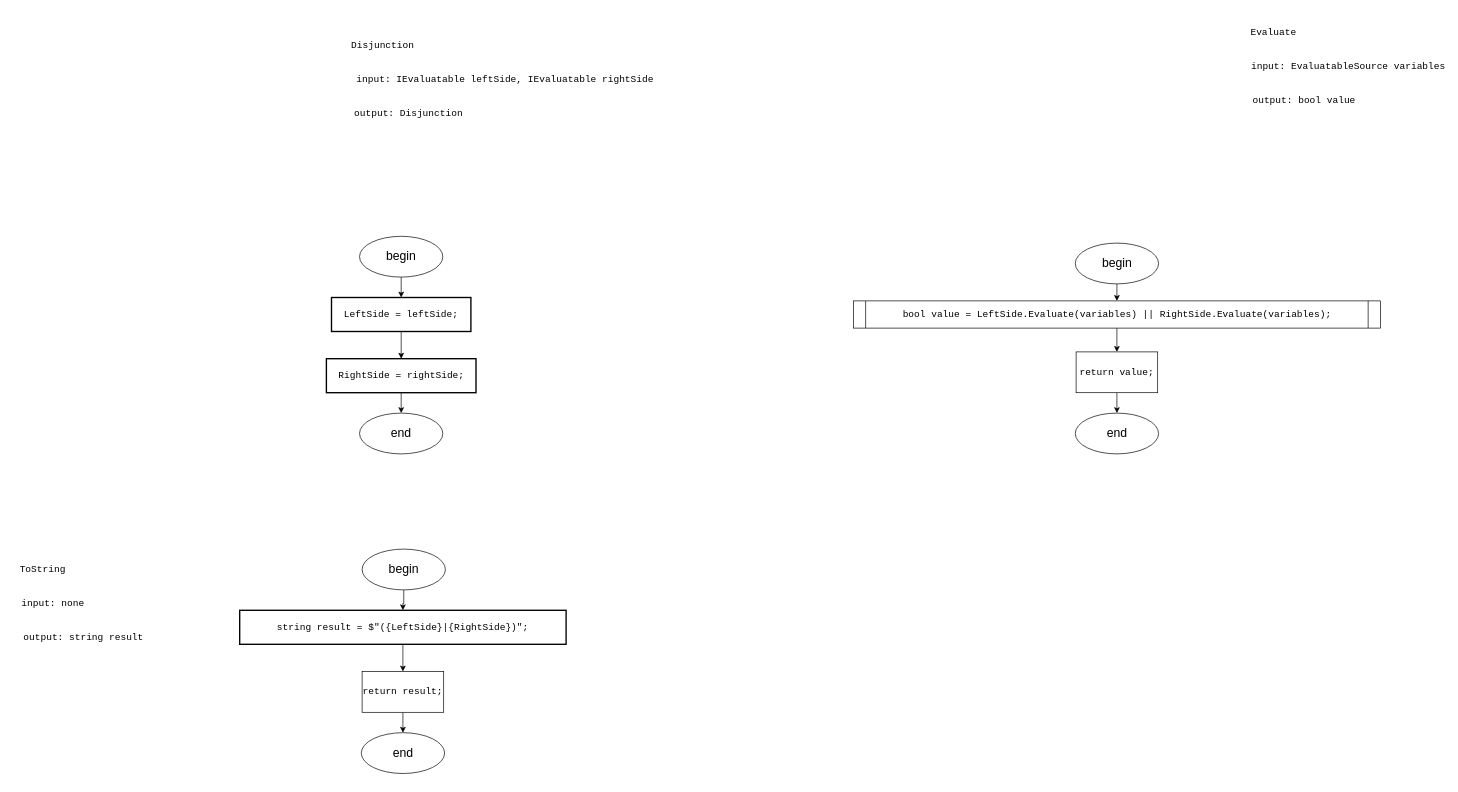
slavikovics/FictionalVariables keeps this draw.io diagram as Diagrams/disjunction.drawio. Above is the earlier version. Source tidied: cells renumbered, new cells numbered last; positions are measured from the earlier drawing's top-left corner, leaving out a move shared by most shapes. Both pictures are drawn from the tidied source at 68%, with x=0, y=0 at pixel (12, 12).
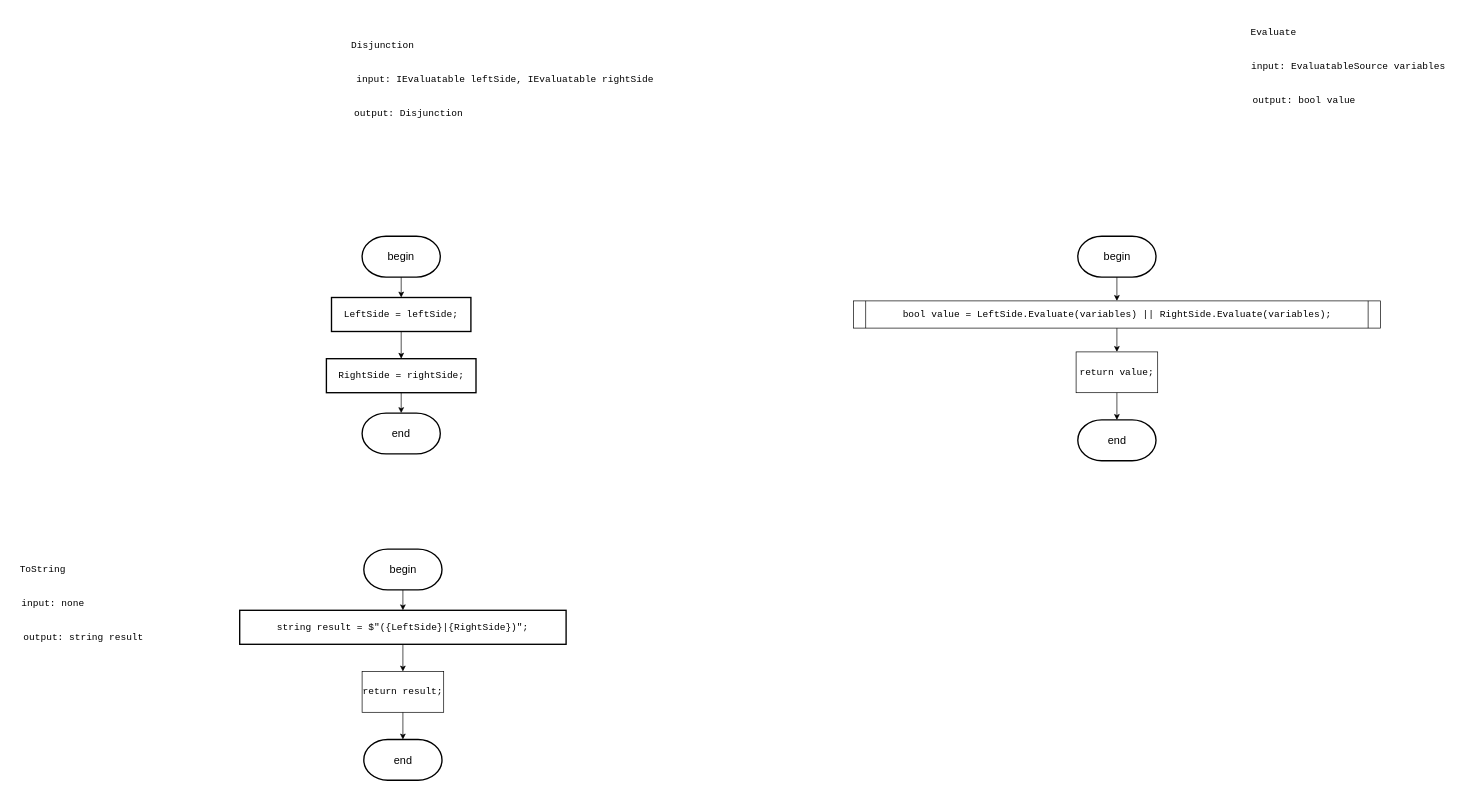
The same diagram, later.

The change refers to these unchanged cells:
```xml
<mxCell id="4" value="&lt;div style=&quot;&quot;&gt;&lt;pre style=&quot;font-family: &amp;quot;JetBrains Mono&amp;quot;, monospace;&quot;&gt;LeftSide = &lt;span style=&quot;&quot;&gt;leftSide&lt;/span&gt;;&lt;/pre&gt;&lt;/div&gt;" style="rounded=0;whiteSpace=wrap;html=1;absoluteArcSize=1;arcSize=14;strokeWidth=2;labelBackgroundColor=none;fontSize=14;fontColor=#000000;" parent="1" vertex="1">
  <mxGeometry x="470" y="420" width="205" height="50" as="geometry" />
</mxCell>
<mxCell id="6" value="&lt;div style=&quot;&quot;&gt;&lt;pre style=&quot;font-family: &amp;quot;JetBrains Mono&amp;quot;, monospace;&quot;&gt;&lt;div&gt;&lt;pre style=&quot;font-family: &amp;quot;JetBrains Mono&amp;quot;, monospace;&quot;&gt;RightSide = &lt;span style=&quot;&quot;&gt;rightSide&lt;/span&gt;;&lt;/pre&gt;&lt;/div&gt;&lt;/pre&gt;&lt;/div&gt;" style="rounded=0;whiteSpace=wrap;html=1;absoluteArcSize=1;arcSize=14;strokeWidth=2;labelBackgroundColor=none;fontSize=14;fontColor=#000000;" parent="1" vertex="1">
  <mxGeometry x="462.5" y="510" width="220" height="50" as="geometry" />
</mxCell>
<mxCell id="14" value="&lt;div style=&quot;&quot;&gt;&lt;pre style=&quot;font-family: &amp;quot;JetBrains Mono&amp;quot;, monospace;&quot;&gt;&lt;pre style=&quot;font-family: &amp;quot;JetBrains Mono&amp;quot;, monospace;&quot;&gt;&lt;pre style=&quot;font-family: &amp;quot;JetBrains Mono&amp;quot;, monospace;&quot;&gt;&lt;div&gt;&lt;pre style=&quot;font-family: &amp;quot;JetBrains Mono&amp;quot;, monospace;&quot;&gt;&lt;span style=&quot;&quot;&gt;string &lt;/span&gt;result = &lt;span style=&quot;&quot;&gt;$&quot;(&lt;/span&gt;{LeftSide}&lt;span style=&quot;&quot;&gt;|&lt;/span&gt;{RightSide}&lt;span style=&quot;&quot;&gt;)&quot;&lt;/span&gt;;&lt;/pre&gt;&lt;/div&gt;&lt;/pre&gt;&lt;/pre&gt;&lt;/pre&gt;&lt;/div&gt;" style="rounded=0;whiteSpace=wrap;html=1;absoluteArcSize=1;arcSize=14;strokeWidth=2;labelBackgroundColor=none;fontSize=14;fontColor=#000000;" parent="1" vertex="1">
  <mxGeometry x="335" y="880" width="480" height="50" as="geometry" />
</mxCell>
<mxCell id="18" value="&lt;pre style=&quot;font-family: &amp;quot;JetBrains Mono&amp;quot;, monospace;&quot;&gt;&lt;span style=&quot;&quot;&gt;bool &lt;/span&gt;&lt;span style=&quot;&quot;&gt;value &lt;/span&gt;= LeftSide.&lt;span style=&quot;&quot;&gt;Evaluate&lt;/span&gt;(&lt;span style=&quot;&quot;&gt;variables&lt;/span&gt;) || RightSide.&lt;span style=&quot;&quot;&gt;Evaluate&lt;/span&gt;(&lt;span style=&quot;&quot;&gt;variables&lt;/span&gt;);&lt;/pre&gt;" style="shape=process;whiteSpace=wrap;html=1;backgroundOutline=1;size=0.022988505747126436;labelBackgroundColor=none;fontSize=14;fontColor=#000000;" parent="1" vertex="1">
  <mxGeometry x="1237.5" y="425" width="775" height="40" as="geometry" />
</mxCell>
<mxCell id="20" value="&lt;div style=&quot;&quot;&gt;&lt;pre style=&quot;font-family: &amp;quot;JetBrains Mono&amp;quot;, monospace;&quot;&gt;&lt;span style=&quot;&quot;&gt;return &lt;/span&gt;&lt;span style=&quot;&quot;&gt;result&lt;/span&gt;;&lt;/pre&gt;&lt;/div&gt;" style="rounded=0;whiteSpace=wrap;html=1;labelBackgroundColor=none;fontSize=14;fontColor=#000000;" parent="1" vertex="1">
  <mxGeometry x="515" y="970" width="120" height="60" as="geometry" />
</mxCell>
<mxCell id="22" value="&lt;div style=&quot;&quot;&gt;&lt;pre style=&quot;font-family: &amp;quot;JetBrains Mono&amp;quot;, monospace;&quot;&gt;&lt;span style=&quot;&quot;&gt;return &lt;/span&gt;&lt;span style=&quot;&quot;&gt;value&lt;/span&gt;;&lt;/pre&gt;&lt;/div&gt;" style="rounded=0;whiteSpace=wrap;html=1;labelBackgroundColor=none;fontSize=14;fontColor=#000000;" parent="1" vertex="1">
  <mxGeometry x="1565" y="500" width="120" height="60" as="geometry" />
</mxCell>
```

Diff of the diagram source:
```diff
@@
-    <mxCell id="5" style="edgeStyle=orthogonalEdgeStyle;rounded=0;jettySize=auto;html=1;exitX=0.5;exitY=1;exitDx=0;exitDy=0;entryX=0.5;entryY=0;entryDx=0;entryDy=0;" parent="1" edge="1" source="6" target="29">
-      <mxGeometry relative="1" as="geometry" />
-    </mxCell>
@@
-    <mxCell id="19" style="edgeStyle=orthogonalEdgeStyle;rounded=0;jettySize=auto;html=1;exitX=0.5;exitY=1;exitDx=0;exitDy=0;entryX=0.5;entryY=0;entryDx=0;entryDy=0;" parent="1" edge="1" source="20" target="31">
-      <mxGeometry relative="1" as="geometry" />
-    </mxCell>
@@
-    <mxCell id="21" style="edgeStyle=orthogonalEdgeStyle;rounded=0;jettySize=auto;html=1;exitX=0.5;exitY=1;exitDx=0;exitDy=0;entryX=0.5;entryY=0;entryDx=0;entryDy=0;" parent="1" edge="1" source="22" target="30">
-      <mxGeometry relative="1" as="geometry" />
-    </mxCell>
@@
-    <mxCell id="23" style="edgeStyle=orthogonalEdgeStyle;rounded=0;jettySize=auto;html=1;exitX=0.5;exitY=1;exitDx=0;exitDy=0;entryX=0.5;entryY=0;entryDx=0;entryDy=0;" parent="1" edge="1" source="24" target="4">
-      <mxGeometry relative="1" as="geometry" />
-    </mxCell>
-    <mxCell id="24" value="&lt;font style=&quot;font-size: 18px;&quot;&gt;begin&lt;/font&gt;" style="ellipse;whiteSpace=wrap;html=1;" parent="1" vertex="1">
-      <mxGeometry x="511.2" y="330" width="122.5" height="60" as="geometry" />
-    </mxCell>
-    <mxCell id="25" style="edgeStyle=orthogonalEdgeStyle;rounded=0;jettySize=auto;html=1;exitX=0.5;exitY=1;exitDx=0;exitDy=0;" parent="1" edge="1" source="26" target="14">
-      <mxGeometry relative="1" as="geometry" />
-    </mxCell>
-    <mxCell id="26" value="&lt;font style=&quot;font-size: 18px;&quot;&gt;begin&lt;/font&gt;" style="ellipse;whiteSpace=wrap;html=1;" parent="1" vertex="1">
-      <mxGeometry x="515" y="790" width="122.5" height="60" as="geometry" />
-    </mxCell>
-    <mxCell id="27" style="edgeStyle=orthogonalEdgeStyle;rounded=0;jettySize=auto;html=1;exitX=0.5;exitY=1;exitDx=0;exitDy=0;entryX=0.5;entryY=0;entryDx=0;entryDy=0;" parent="1" edge="1" source="28" target="18">
-      <mxGeometry relative="1" as="geometry" />
-    </mxCell>
-    <mxCell id="28" value="&lt;font style=&quot;font-size: 18px;&quot;&gt;begin&lt;/font&gt;" style="ellipse;whiteSpace=wrap;html=1;" parent="1" vertex="1">
-      <mxGeometry x="1563.8" y="340" width="122.5" height="60" as="geometry" />
-    </mxCell>
-    <mxCell id="29" value="&lt;font style=&quot;font-size: 18px;&quot;&gt;end&lt;/font&gt;" style="ellipse;whiteSpace=wrap;html=1;" parent="1" vertex="1">
-      <mxGeometry x="511.2" y="590" width="122.5" height="60" as="geometry" />
-    </mxCell>
-    <mxCell id="30" value="&lt;font style=&quot;font-size: 18px;&quot;&gt;end&lt;/font&gt;" style="ellipse;whiteSpace=wrap;html=1;" parent="1" vertex="1">
-      <mxGeometry x="1563.8" y="590" width="122.5" height="60" as="geometry" />
-    </mxCell>
-    <mxCell id="31" value="&lt;font style=&quot;font-size: 18px;&quot;&gt;end&lt;/font&gt;" style="ellipse;whiteSpace=wrap;html=1;" parent="1" vertex="1">
-      <mxGeometry x="513.8" y="1060" width="122.5" height="60" as="geometry" />
-    </mxCell>
+    <mxCell id="32" style="edgeStyle=orthogonalEdgeStyle;rounded=0;jettySize=auto;html=1;exitX=0.5;exitY=1;exitDx=0;exitDy=0;exitPerimeter=0;entryX=0.5;entryY=0;entryDx=0;entryDy=0;" parent="1" edge="1" source="33" target="4">
+      <mxGeometry relative="1" as="geometry" />
+    </mxCell>
+    <mxCell id="33" value="&lt;font style=&quot;font-size: 16px;&quot;&gt;begin&lt;/font&gt;" style="strokeWidth=2;html=1;shape=mxgraph.flowchart.terminator;whiteSpace=wrap;" parent="1" vertex="1">
+      <mxGeometry x="515" y="330" width="115" height="60" as="geometry" />
+    </mxCell>
+    <mxCell id="34" value="&lt;font style=&quot;font-size: 16px;&quot;&gt;end&lt;/font&gt;" style="strokeWidth=2;html=1;shape=mxgraph.flowchart.terminator;whiteSpace=wrap;" parent="1" vertex="1">
+      <mxGeometry x="515" y="590" width="115" height="60" as="geometry" />
+    </mxCell>
+    <mxCell id="35" style="edgeStyle=orthogonalEdgeStyle;rounded=0;jettySize=auto;html=1;exitX=0.5;exitY=1;exitDx=0;exitDy=0;entryX=0.5;entryY=0;entryDx=0;entryDy=0;entryPerimeter=0;" parent="1" edge="1" source="6" target="34">
+      <mxGeometry relative="1" as="geometry" />
+    </mxCell>
+    <mxCell id="36" style="edgeStyle=orthogonalEdgeStyle;rounded=0;jettySize=auto;html=1;exitX=0.5;exitY=1;exitDx=0;exitDy=0;exitPerimeter=0;entryX=0.5;entryY=0;entryDx=0;entryDy=0;" parent="1" edge="1" source="37" target="14">
+      <mxGeometry relative="1" as="geometry" />
+    </mxCell>
+    <mxCell id="37" value="&lt;font style=&quot;font-size: 16px;&quot;&gt;begin&lt;/font&gt;" style="strokeWidth=2;html=1;shape=mxgraph.flowchart.terminator;whiteSpace=wrap;" parent="1" vertex="1">
+      <mxGeometry x="517.5" y="790" width="115" height="60" as="geometry" />
+    </mxCell>
+    <mxCell id="38" value="&lt;font style=&quot;font-size: 16px;&quot;&gt;end&lt;/font&gt;" style="strokeWidth=2;html=1;shape=mxgraph.flowchart.terminator;whiteSpace=wrap;" parent="1" vertex="1">
+      <mxGeometry x="517.5" y="1070" width="115" height="60" as="geometry" />
+    </mxCell>
+    <mxCell id="39" style="edgeStyle=orthogonalEdgeStyle;rounded=0;jettySize=auto;html=1;exitX=0.5;exitY=1;exitDx=0;exitDy=0;entryX=0.5;entryY=0;entryDx=0;entryDy=0;entryPerimeter=0;" parent="1" edge="1" source="20" target="38">
+      <mxGeometry relative="1" as="geometry" />
+    </mxCell>
+    <mxCell id="40" style="edgeStyle=orthogonalEdgeStyle;rounded=0;jettySize=auto;html=1;exitX=0.5;exitY=1;exitDx=0;exitDy=0;exitPerimeter=0;entryX=0.5;entryY=0;entryDx=0;entryDy=0;" parent="1" edge="1" source="41" target="18">
+      <mxGeometry relative="1" as="geometry" />
+    </mxCell>
+    <mxCell id="41" value="&lt;font style=&quot;font-size: 16px;&quot;&gt;begin&lt;/font&gt;" style="strokeWidth=2;html=1;shape=mxgraph.flowchart.terminator;whiteSpace=wrap;" parent="1" vertex="1">
+      <mxGeometry x="1567.5" y="330" width="115" height="60" as="geometry" />
+    </mxCell>
+    <mxCell id="42" value="&lt;font style=&quot;font-size: 16px;&quot;&gt;end&lt;/font&gt;" style="strokeWidth=2;html=1;shape=mxgraph.flowchart.terminator;whiteSpace=wrap;" parent="1" vertex="1">
+      <mxGeometry x="1567.5" y="600" width="115" height="60" as="geometry" />
+    </mxCell>
+    <mxCell id="43" style="edgeStyle=orthogonalEdgeStyle;rounded=0;jettySize=auto;html=1;exitX=0.5;exitY=1;exitDx=0;exitDy=0;entryX=0.5;entryY=0;entryDx=0;entryDy=0;entryPerimeter=0;" parent="1" edge="1" source="22" target="42">
+      <mxGeometry relative="1" as="geometry" />
+    </mxCell>
```
